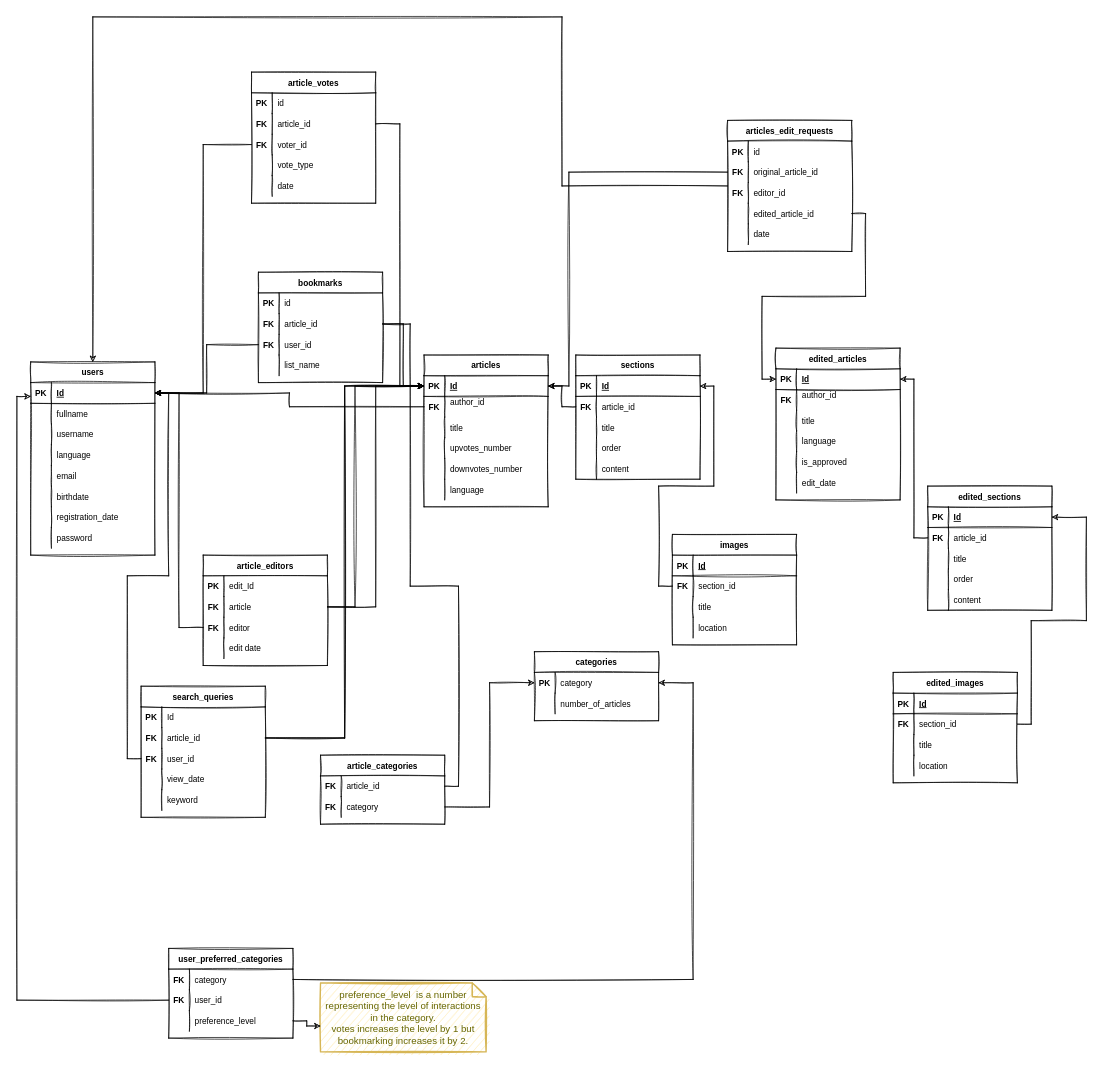
The draw.io diagram Untitled Diagram.drawio in mosup16/wikiwiki-swe-project-digrams, before the edit. Source tidied: cells renumbered, new cells numbered last; positions are measured from the earlier drawing's top-left corner, leaving out a move shared by most shapes. Both pictures are drawn from the tidied source at 69%, with x=0, y=0 at pixel (17, 17).
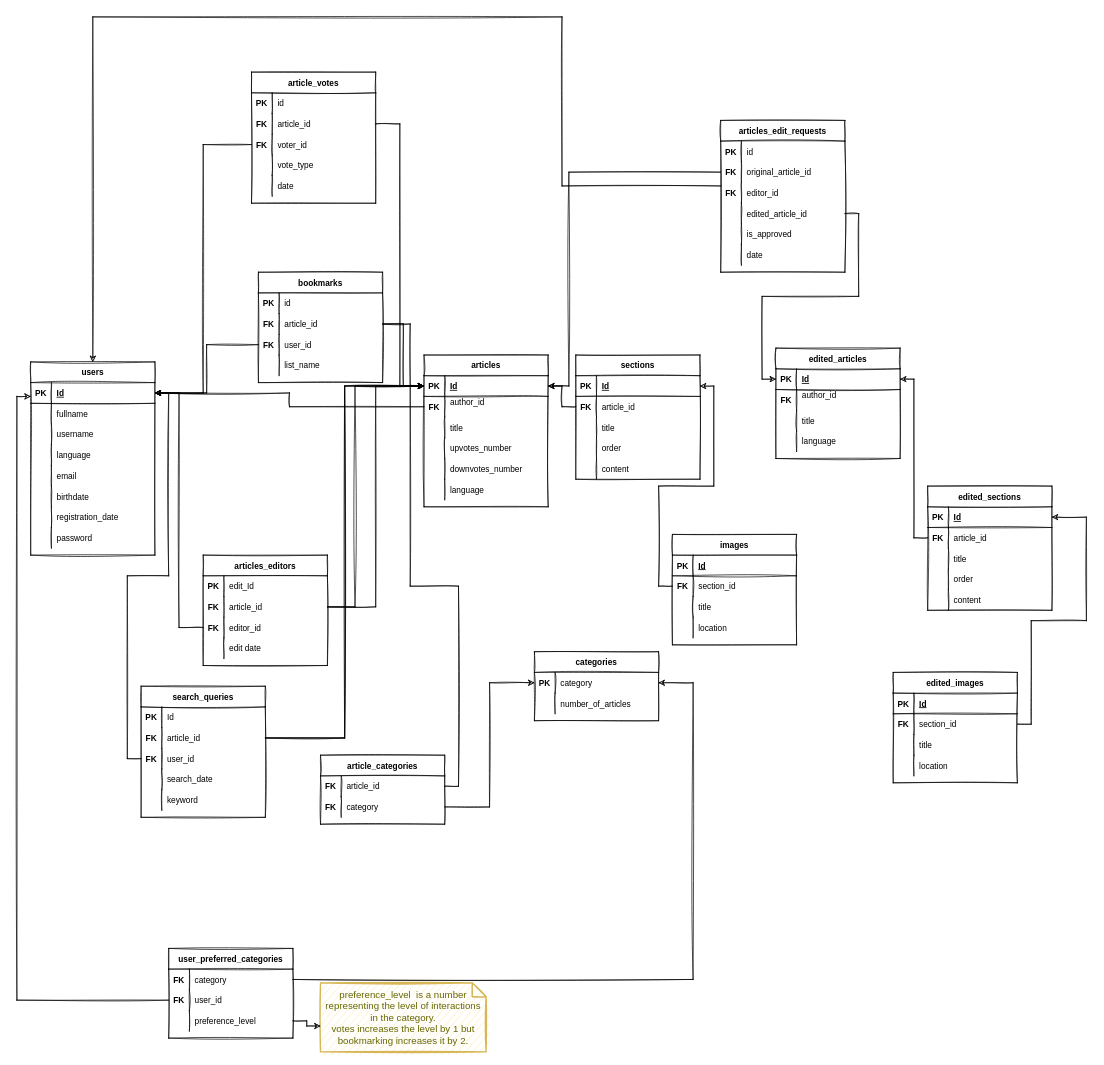
The same diagram, later.

The change refers to these unchanged cells:
```xml
<mxCell id="51" style="shape=tableRow;horizontal=0;startSize=0;swimlaneHead=0;swimlaneBody=0;fillColor=none;points=[[0,0.5],[1,0.5]];portConstraint=eastwest;top=0;left=0;right=0;bottom=0;sketch=1;" parent="47" vertex="1">
  <mxGeometry y="60" width="180" height="30" as="geometry" />
</mxCell>
<mxCell id="54" style="shape=tableRow;horizontal=0;startSize=0;swimlaneHead=0;swimlaneBody=0;fillColor=none;points=[[0,0.5],[1,0.5]];portConstraint=eastwest;top=0;left=0;right=0;bottom=0;sketch=1;" parent="47" vertex="1">
  <mxGeometry y="90" width="180" height="30" as="geometry" />
</mxCell>
<mxCell id="119" style="shape=tableRow;horizontal=0;startSize=0;swimlaneHead=0;swimlaneBody=0;fillColor=none;top=0;left=0;right=0;bottom=0;sketch=1;" parent="109" vertex="1">
  <mxGeometry y="120" width="180" height="30" as="geometry" />
</mxCell>
```

The edit, as a diff of the source:
```diff
@@
-    <mxCell id="47" value="article_editors" style="shape=table;startSize=30;childLayout=tableLayout;rowLines=0;fontStyle=1;align=center;sketch=1;" parent="1" vertex="1">
+    <mxCell id="47" value="articles_editors" style="shape=table;startSize=30;childLayout=tableLayout;rowLines=0;fontStyle=1;align=center;sketch=1;" parent="1" vertex="1">
       <mxGeometry x="270" y="780" width="180" height="160" as="geometry" />
     </mxCell>
@@
-    <mxCell id="53" value="article" style="shape=partialRectangle;fillColor=none;top=0;left=0;bottom=0;right=0;align=left;spacingLeft=6;overflow=hidden;sketch=1;" parent="51" vertex="1">
+    <mxCell id="53" value="article_id" style="shape=partialRectangle;fillColor=none;top=0;left=0;bottom=0;right=0;align=left;spacingLeft=6;overflow=hidden;sketch=1;" parent="51" vertex="1">
       <mxGeometry x="30" width="150" height="30" as="geometry" />
     </mxCell>
@@
-    <mxCell id="56" value="editor" style="shape=partialRectangle;fillColor=none;top=0;left=0;bottom=0;right=0;align=left;spacingLeft=6;overflow=hidden;sketch=1;" parent="54" vertex="1">
+    <mxCell id="56" value="editor_id" style="shape=partialRectangle;fillColor=none;top=0;left=0;bottom=0;right=0;align=left;spacingLeft=6;overflow=hidden;sketch=1;" parent="54" vertex="1">
       <mxGeometry x="30" width="150" height="30" as="geometry" />
     </mxCell>
@@
-    <mxCell id="121" value="view_date" style="shape=partialRectangle;fillColor=none;top=0;left=0;bottom=0;right=0;align=left;spacingLeft=6;overflow=hidden;sketch=1;" parent="119" vertex="1">
-      <mxGeometry x="30" width="150" height="30" as="geometry" />
-    </mxCell>
+    <mxCell id="246" value="search_date" style="shape=partialRectangle;fillColor=none;top=0;left=0;bottom=0;right=0;align=left;spacingLeft=6;overflow=hidden;sketch=1;" parent="119" vertex="1">
+      <mxGeometry x="30" width="150" height="30" as="geometry" />
+    </mxCell>
@@
     <mxCell id="176" value="articles_edit_requests" style="shape=table;startSize=30;childLayout=tableLayout;rowLines=0;fontStyle=1;align=center;sketch=1;" parent="1" vertex="1">
-      <mxGeometry x="1030" y="150" width="180" height="190" as="geometry" />
+      <mxGeometry x="1020" y="150" width="180" height="220" as="geometry" />
     </mxCell>
@@
+    <mxCell id="206" style="shape=tableRow;horizontal=0;startSize=0;swimlaneHead=0;swimlaneBody=0;fillColor=none;top=0;left=0;right=0;bottom=0;sketch=1;" parent="176" vertex="1">
+      <mxGeometry y="150" width="180" height="30" as="geometry" />
+    </mxCell>
+    <mxCell id="247" style="shape=partialRectangle;fillColor=none;top=0;left=0;bottom=0;right=0;overflow=hidden;sketch=1;" parent="206" vertex="1">
+      <mxGeometry width="30" height="30" as="geometry" />
+    </mxCell>
+    <mxCell id="208" value="is_approved" style="shape=partialRectangle;fillColor=none;top=0;left=0;bottom=0;right=0;align=left;spacingLeft=6;overflow=hidden;sketch=1;" parent="206" vertex="1">
+      <mxGeometry x="30" width="150" height="30" as="geometry" />
+    </mxCell>
     <mxCell id="189" style="shape=tableRow;horizontal=0;startSize=0;swimlaneHead=0;swimlaneBody=0;fillColor=none;top=0;left=0;right=0;bottom=0;sketch=1;" parent="176" vertex="1">
-      <mxGeometry y="150" width="180" height="30" as="geometry" />
+      <mxGeometry y="180" width="180" height="30" as="geometry" />
     </mxCell>
@@
     <mxCell id="193" value="edited_articles" style="shape=table;startSize=30;childLayout=tableLayout;rowLines=0;fontStyle=1;align=center;sketch=1;" parent="1" vertex="1">
-      <mxGeometry x="1100" y="480" width="180" height="220" as="geometry" />
+      <mxGeometry x="1100" y="480" width="180" height="160" as="geometry" />
     </mxCell>
@@
-    <mxCell id="206" style="shape=tableRow;horizontal=0;startSize=0;swimlaneHead=0;swimlaneBody=0;fillColor=none;top=0;left=0;right=0;bottom=0;sketch=1;" parent="193" vertex="1">
-      <mxGeometry y="150" width="180" height="30" as="geometry" />
-    </mxCell>
-    <mxCell id="207" style="shape=partialRectangle;fillColor=none;top=0;left=0;bottom=0;right=0;overflow=hidden;sketch=1;" parent="206" vertex="1">
-      <mxGeometry width="30" height="30" as="geometry" />
-    </mxCell>
-    <mxCell id="208" value="is_approved" style="shape=partialRectangle;fillColor=none;top=0;left=0;bottom=0;right=0;align=left;spacingLeft=6;overflow=hidden;sketch=1;" parent="206" vertex="1">
-      <mxGeometry x="30" width="150" height="30" as="geometry" />
-    </mxCell>
-    <mxCell id="209" style="shape=tableRow;horizontal=0;startSize=0;swimlaneHead=0;swimlaneBody=0;fillColor=none;top=0;left=0;right=0;bottom=0;sketch=1;" parent="193" vertex="1">
-      <mxGeometry y="180" width="180" height="30" as="geometry" />
-    </mxCell>
-    <mxCell id="210" style="shape=partialRectangle;fillColor=none;top=0;left=0;bottom=0;right=0;overflow=hidden;sketch=1;" parent="209" vertex="1">
-      <mxGeometry width="30" height="30" as="geometry" />
-    </mxCell>
-    <mxCell id="211" value="edit_date" style="shape=partialRectangle;fillColor=none;top=0;left=0;bottom=0;right=0;align=left;spacingLeft=6;overflow=hidden;sketch=1;" parent="209" vertex="1">
-      <mxGeometry x="30" width="150" height="30" as="geometry" />
-    </mxCell>
```
